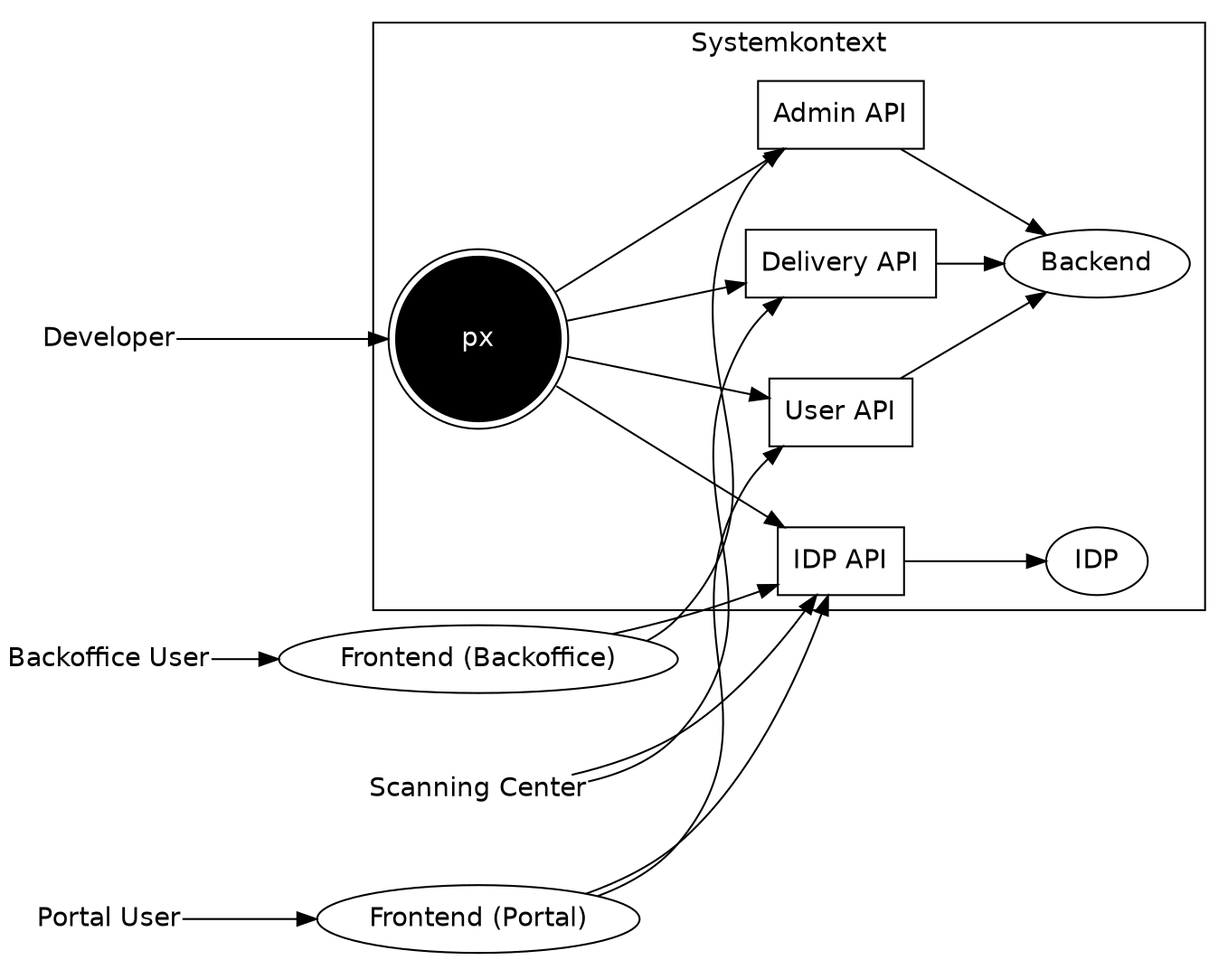
The Graphviz diagram doc/pics/kontextdiagramm.png in patrickbucher/wipro, before a commit. Its source is kept beside it as doc/pics/kontextdiagramm.dot. The source it was exported from:
```dot
digraph kontextdiagramm {

	rankdir="LR";
	dpi="150";

	graph [fontname="DejaVu Sans", nodesep="0.6"];
	node [fontname="DejaVu Sans"];
	edge [fontname="DejaVu Sans"];

	subgraph cluster_systemkontext {
		fontname="DejaVu Sans";
		label="Systemkontext";

		"IDP" [shape="ellipse"];
		"IDP API" [shape="box"];

		"Backend" [shape="ellipse"];
		"User API" [shape="box"];
		"Delivery API" [shape="box"];
		"Admin API" [shape="box"];

		"px" [shape="doublecircle",style="filled",fillcolor="black",fontcolor="white",margin="0.3"];
	}

	"Frontend (Portal)" [shape="ellipse"];
	"Frontend (Backoffice)" [shape="ellipse"];

	"Portal User" [shape="plain"];
	"Backoffice User" [shape="plain"];
	"Scanning Center" [shape="plain"];
	"Developer" [shape="plain"];

	"IDP API" -> "IDP";
	"Frontend (Portal)" -> "IDP API";
	"Frontend (Backoffice)" -> "IDP API";
	"Scanning Center" -> "IDP API";

	"Portal User" -> "Frontend (Portal)" -> "User API" -> "Backend";
	"Backoffice User" -> "Frontend (Backoffice)" -> "Admin API" -> "Backend";
	"Scanning Center" -> "Delivery API" -> "Backend";

	"Developer" -> "px";
	"px" -> "IDP API";
	"px" -> "User API";
	"px" -> "Admin API";
	"px" -> "Delivery API";
}
```
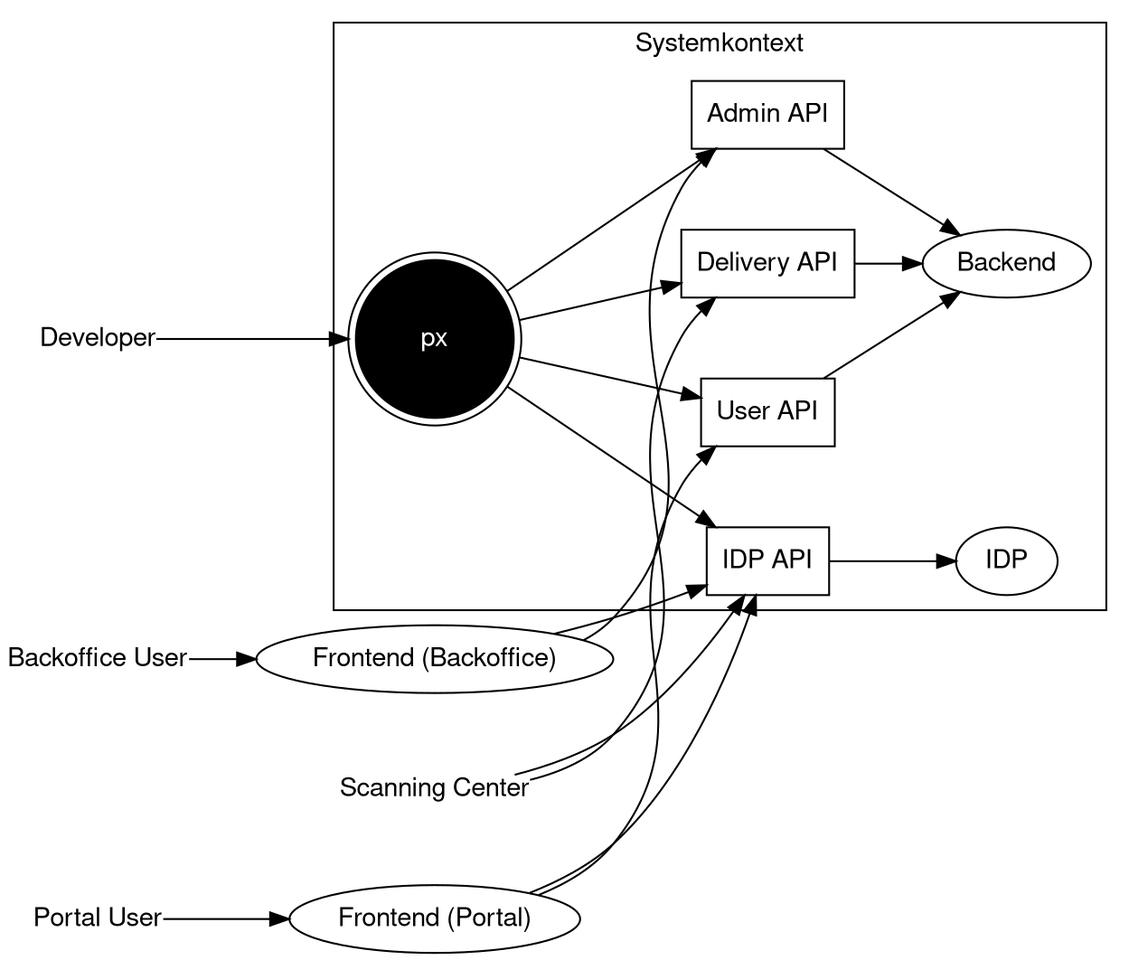
After the commit.

Change to the diagram source:
```diff
@@ -3,12 +3,12 @@
 	rankdir="LR";
 	dpi="150";
 
-	graph [fontname="DejaVu Sans", nodesep="0.6"];
-	node [fontname="DejaVu Sans"];
-	edge [fontname="DejaVu Sans"];
+	graph [fontname="Nimbus Sans", nodesep="0.6"];
+	node [fontname="Nimbus Sans"];
+	edge [fontname="Nimbus Sans"];
 
 	subgraph cluster_systemkontext {
-		fontname="DejaVu Sans";
+		fontname="Nimbus Sans";
 		label="Systemkontext";
 
 		"IDP" [shape="ellipse"];
```
